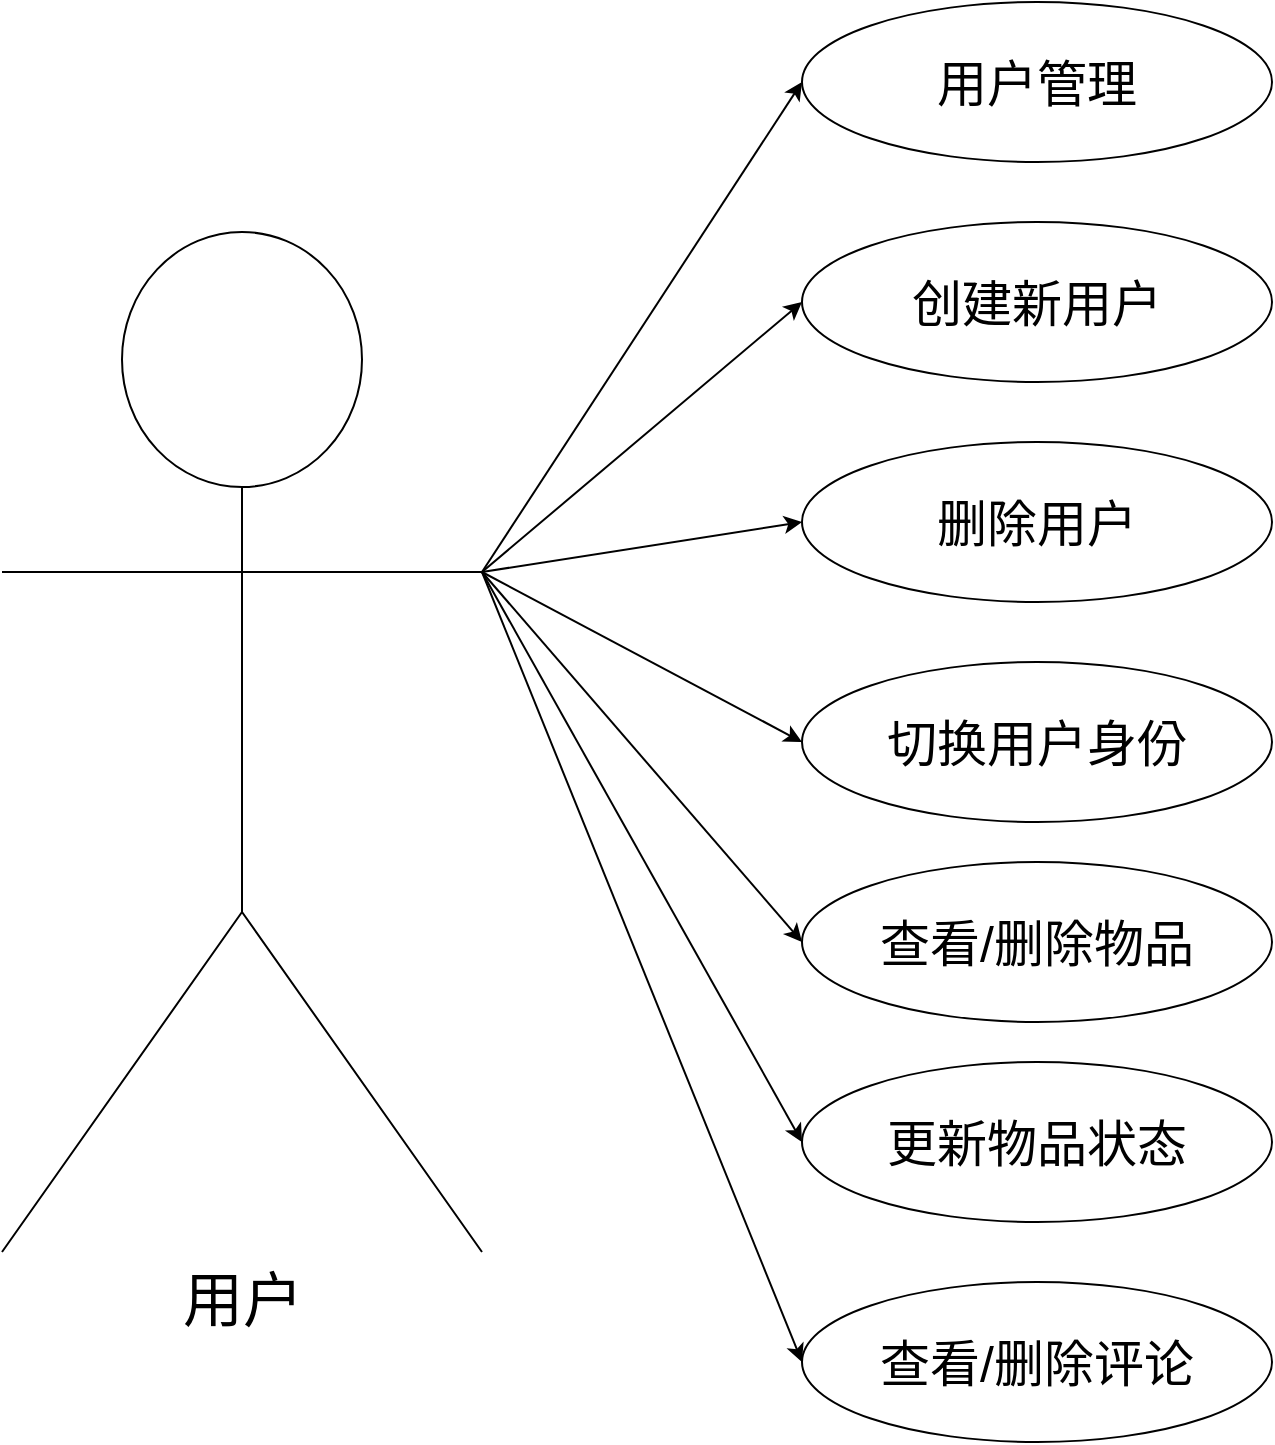
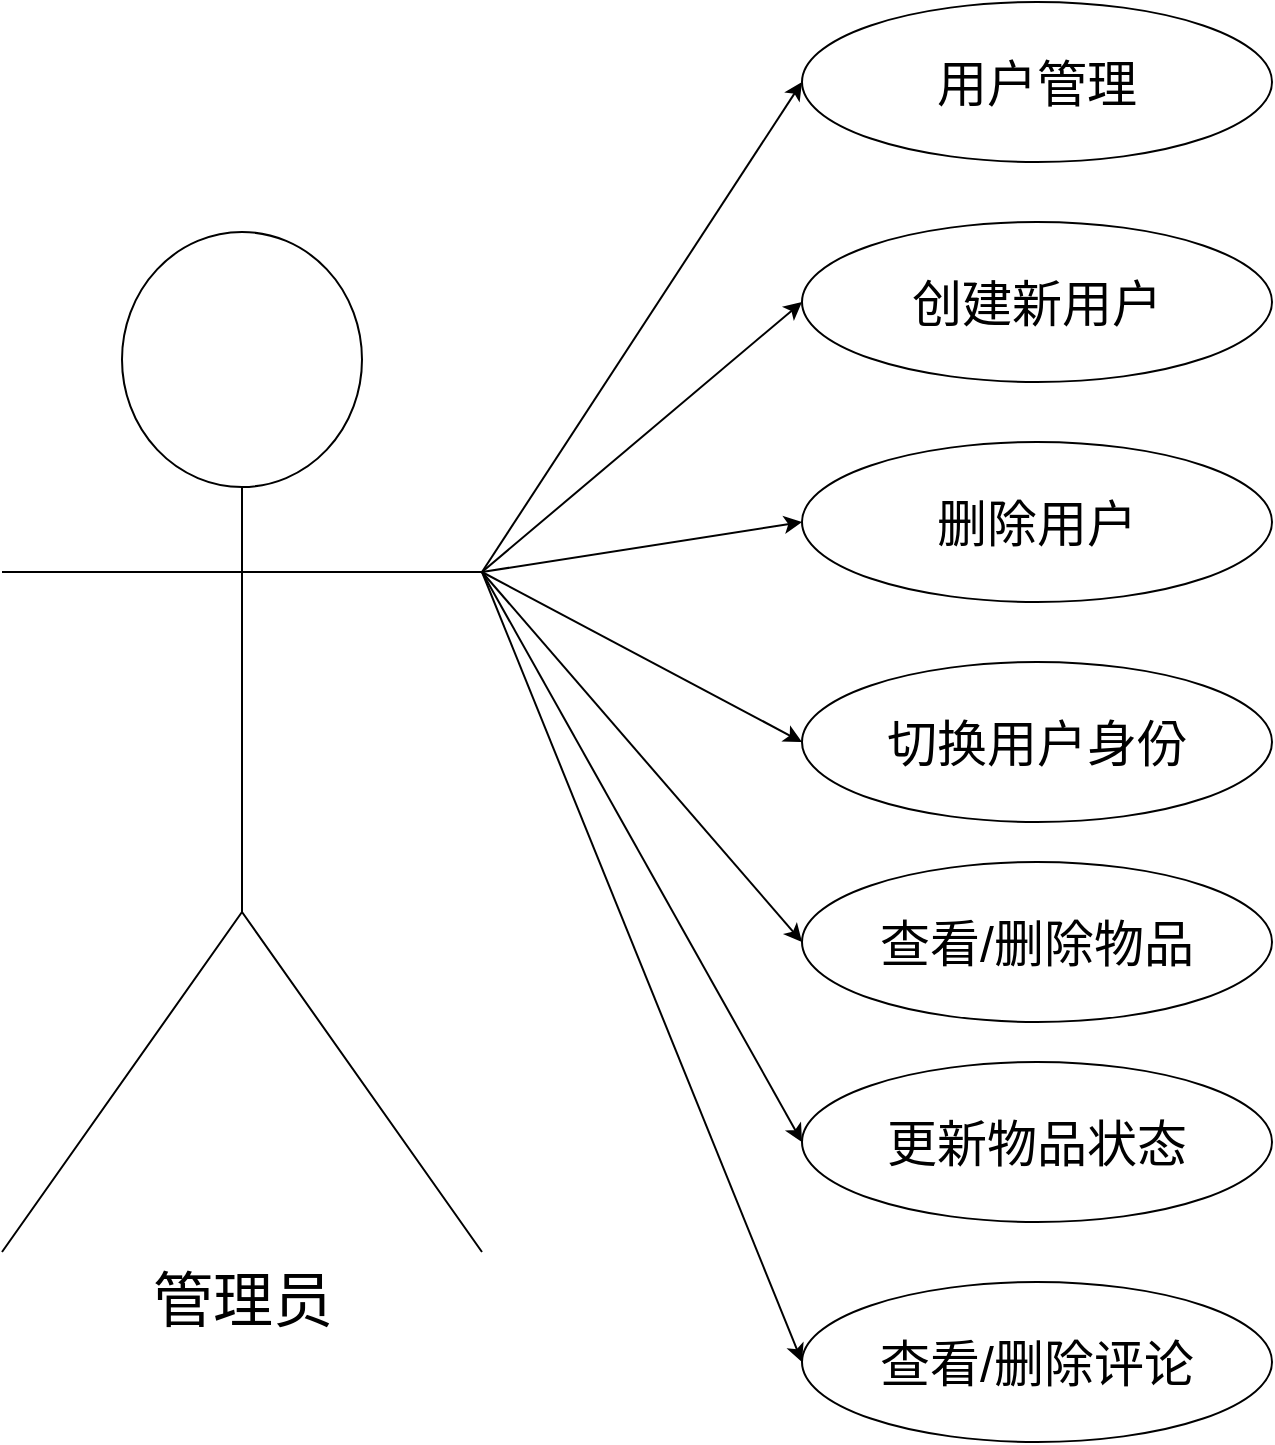
<mxfile host="app.diagrams.net">
  <diagram name="第 1 页" id="93CouexCpHVK_NWImTAk">
    <mxGraphModel dx="1460" dy="757" grid="1" gridSize="10" guides="1" tooltips="1" connect="1" arrows="1" fold="1" page="1" pageScale="1" pageWidth="1169" pageHeight="827" math="0" shadow="0">
      <root>
        <mxCell id="0" />
        <mxCell id="1" parent="0" />
        <mxCell id="UZudlfkvn2CpbX-pcirz-12" edge="1" parent="1" source="UZudlfkvn2CpbX-pcirz-1" style="rounded=0;orthogonalLoop=1;jettySize=auto;html=1;exitX=1;exitY=0.3333333333333333;exitDx=0;exitDy=0;exitPerimeter=0;entryX=0;entryY=0.5;entryDx=0;entryDy=0;" target="UZudlfkvn2CpbX-pcirz-3">
          <mxGeometry relative="1" as="geometry" />
        </mxCell>
        <mxCell id="UZudlfkvn2CpbX-pcirz-13" edge="1" parent="1" source="UZudlfkvn2CpbX-pcirz-1" style="rounded=0;orthogonalLoop=1;jettySize=auto;html=1;exitX=1;exitY=0.3333333333333333;exitDx=0;exitDy=0;exitPerimeter=0;entryX=0;entryY=0.5;entryDx=0;entryDy=0;" target="UZudlfkvn2CpbX-pcirz-9">
          <mxGeometry relative="1" as="geometry" />
        </mxCell>
        <mxCell id="UZudlfkvn2CpbX-pcirz-14" edge="1" parent="1" source="UZudlfkvn2CpbX-pcirz-1" style="rounded=0;orthogonalLoop=1;jettySize=auto;html=1;exitX=1;exitY=0.3333333333333333;exitDx=0;exitDy=0;exitPerimeter=0;entryX=0;entryY=0.5;entryDx=0;entryDy=0;" target="UZudlfkvn2CpbX-pcirz-8">
          <mxGeometry relative="1" as="geometry" />
        </mxCell>
        <mxCell id="UZudlfkvn2CpbX-pcirz-15" edge="1" parent="1" source="UZudlfkvn2CpbX-pcirz-1" style="rounded=0;orthogonalLoop=1;jettySize=auto;html=1;exitX=1;exitY=0.3333333333333333;exitDx=0;exitDy=0;exitPerimeter=0;entryX=0;entryY=0.5;entryDx=0;entryDy=0;" target="UZudlfkvn2CpbX-pcirz-7">
          <mxGeometry relative="1" as="geometry" />
        </mxCell>
        <mxCell id="UZudlfkvn2CpbX-pcirz-16" edge="1" parent="1" source="UZudlfkvn2CpbX-pcirz-1" style="rounded=0;orthogonalLoop=1;jettySize=auto;html=1;exitX=1;exitY=0.3333333333333333;exitDx=0;exitDy=0;exitPerimeter=0;entryX=0;entryY=0.5;entryDx=0;entryDy=0;" target="UZudlfkvn2CpbX-pcirz-6">
          <mxGeometry relative="1" as="geometry" />
        </mxCell>
        <mxCell id="UZudlfkvn2CpbX-pcirz-17" edge="1" parent="1" source="UZudlfkvn2CpbX-pcirz-1" style="rounded=0;orthogonalLoop=1;jettySize=auto;html=1;exitX=1;exitY=0.3333333333333333;exitDx=0;exitDy=0;exitPerimeter=0;entryX=0;entryY=0.5;entryDx=0;entryDy=0;" target="UZudlfkvn2CpbX-pcirz-5">
          <mxGeometry relative="1" as="geometry" />
        </mxCell>
        <mxCell id="UZudlfkvn2CpbX-pcirz-18" edge="1" parent="1" source="UZudlfkvn2CpbX-pcirz-1" style="rounded=0;orthogonalLoop=1;jettySize=auto;html=1;exitX=1;exitY=0.3333333333333333;exitDx=0;exitDy=0;exitPerimeter=0;entryX=0;entryY=0.5;entryDx=0;entryDy=0;" target="UZudlfkvn2CpbX-pcirz-4">
          <mxGeometry relative="1" as="geometry" />
        </mxCell>
-         <mxCell id="UZudlfkvn2CpbX-pcirz-1" parent="1" style="shape=umlActor;verticalLabelPosition=bottom;verticalAlign=top;html=1;outlineConnect=0;fillColor=none;" value="&lt;font style=&quot;font-size: 30px;&quot;&gt;用户&lt;/font&gt;" vertex="1">
+         <mxCell id="UZudlfkvn2CpbX-pcirz-1" parent="1" style="shape=umlActor;verticalLabelPosition=bottom;verticalAlign=top;html=1;outlineConnect=0;fillColor=none;fontSize=30;" value="管理员" vertex="1">
          <mxGeometry height="510" width="240" x="60" y="125" as="geometry" />
        </mxCell>
        <mxCell id="UZudlfkvn2CpbX-pcirz-3" parent="1" style="ellipse;whiteSpace=wrap;html=1;fillColor=none;" value="&lt;font style=&quot;font-size: 25px;&quot;&gt;用户管理&lt;/font&gt;" vertex="1">
          <mxGeometry height="80" width="235" x="460" y="10" as="geometry" />
        </mxCell>
        <mxCell id="UZudlfkvn2CpbX-pcirz-4" parent="1" style="ellipse;whiteSpace=wrap;html=1;fillColor=none;" value="&lt;font style=&quot;font-size: 25px;&quot;&gt;查看/删除评论&lt;/font&gt;" vertex="1">
          <mxGeometry height="80" width="235" x="460" y="650" as="geometry" />
        </mxCell>
        <mxCell id="UZudlfkvn2CpbX-pcirz-5" parent="1" style="ellipse;whiteSpace=wrap;html=1;fillColor=none;" value="&lt;font style=&quot;font-size: 25px;&quot;&gt;更新物品状态&lt;/font&gt;" vertex="1">
          <mxGeometry height="80" width="235" x="460" y="540" as="geometry" />
        </mxCell>
        <mxCell id="UZudlfkvn2CpbX-pcirz-6" parent="1" style="ellipse;whiteSpace=wrap;html=1;fillColor=none;" value="&lt;font style=&quot;font-size: 25px;&quot;&gt;查看/删除物品&lt;/font&gt;" vertex="1">
          <mxGeometry height="80" width="235" x="460" y="440" as="geometry" />
        </mxCell>
        <mxCell id="UZudlfkvn2CpbX-pcirz-7" parent="1" style="ellipse;whiteSpace=wrap;html=1;fillColor=none;" value="&lt;font style=&quot;font-size: 25px;&quot;&gt;切换用户身份&lt;/font&gt;" vertex="1">
          <mxGeometry height="80" width="235" x="460" y="340" as="geometry" />
        </mxCell>
        <mxCell id="UZudlfkvn2CpbX-pcirz-8" parent="1" style="ellipse;whiteSpace=wrap;html=1;fillColor=none;" value="&lt;font style=&quot;font-size: 25px;&quot;&gt;删除用户&lt;/font&gt;" vertex="1">
          <mxGeometry height="80" width="235" x="460" y="230" as="geometry" />
        </mxCell>
        <mxCell id="UZudlfkvn2CpbX-pcirz-9" parent="1" style="ellipse;whiteSpace=wrap;html=1;fillColor=none;" value="&lt;font style=&quot;font-size: 25px;&quot;&gt;创建新用户&lt;/font&gt;" vertex="1">
          <mxGeometry height="80" width="235" x="460" y="120" as="geometry" />
        </mxCell>
      </root>
    </mxGraphModel>
  </diagram>
</mxfile>
